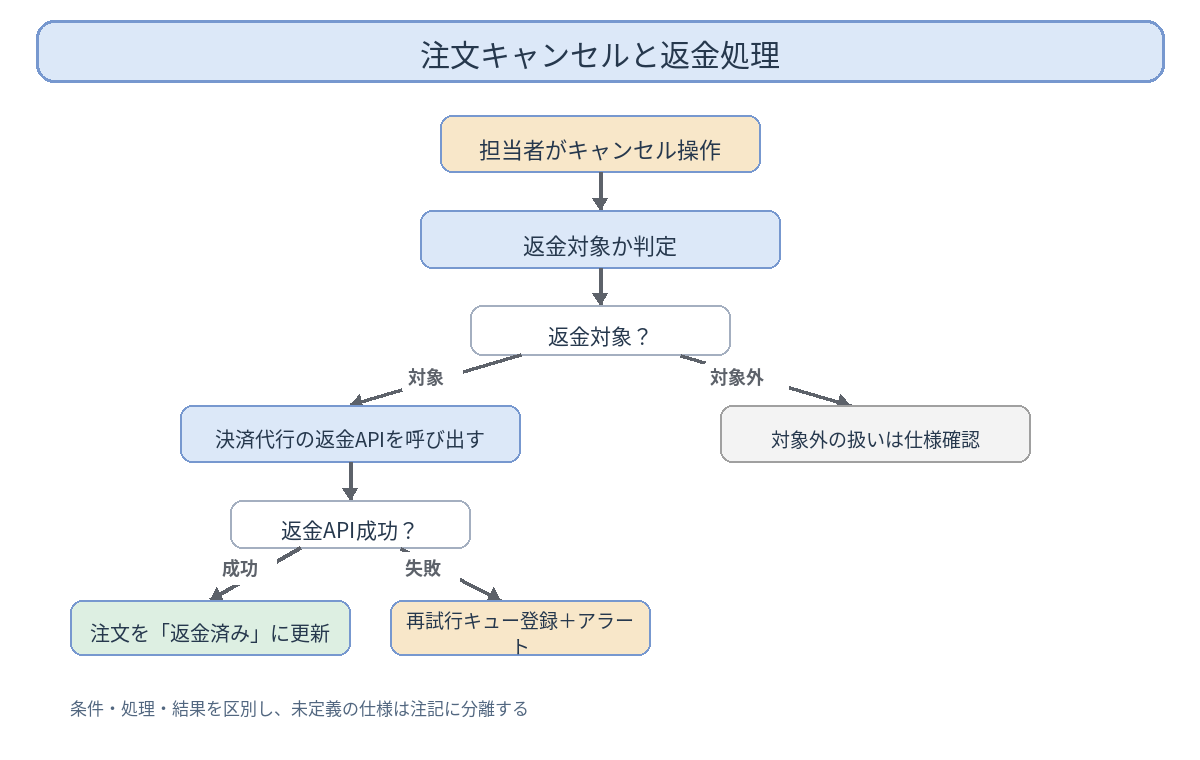
Earlier version of the draw.io export docs/zukai-drill/data/diagrams/easy-refund-flow_good-diagram.drawio.png (kaku3/workbooks). Source tidied: cells renumbered, new cells last; positions are measured from the earlier drawing's top-left corner, leaving out a move shared by most shapes.
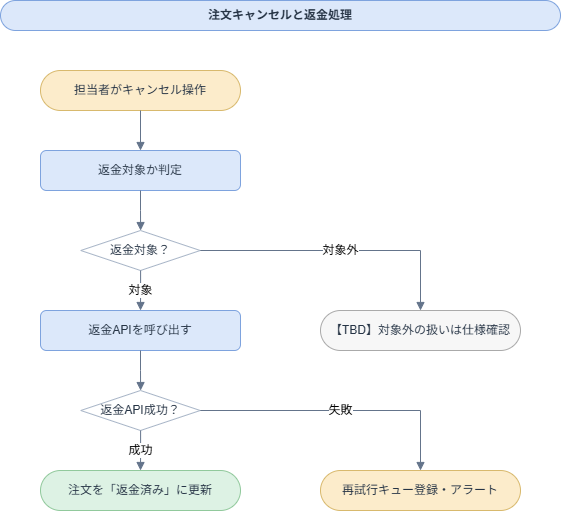
After the change.

Change to the diagram source:
```diff
@@ -2,52 +2,52 @@
   <root>
     <mxCell id="0" />
     <mxCell id="1" parent="0" />
-    <mxCell id="2" value="注文キャンセルと返金処理" style="rounded=1;whiteSpace=wrap;html=1;fillColor=#DCE8F8;strokeColor=#7798CF;fontSize=24;" parent="1" vertex="1">
-      <mxGeometry width="1128" height="62" as="geometry" />
+    <mxCell id="2" value="注文キャンセルと返金処理" style="rounded=1;whiteSpace=wrap;html=1;fillColor=#DCE8FA;strokeColor=#7EA3DE;fontColor=#263445;fontSize=12;fontStyle=1;arcSize=50;" parent="1" vertex="1">
+      <mxGeometry x="4" y="-10" width="560" height="30" as="geometry" />
     </mxCell>
-    <mxCell id="3" value="担当者がキャンセル操作" style="rounded=1;whiteSpace=wrap;html=1;fillColor=#F8E7C9;strokeColor=#7798CF;fontColor=#26384D;fontSize=20;" parent="1" vertex="1">
-      <mxGeometry x="404" y="95" width="320" height="57" as="geometry" />
+    <mxCell id="3" value="担当者がキャンセル操作" style="rounded=1;whiteSpace=wrap;html=1;fillColor=#FCECCB;strokeColor=#D8B96D;fontColor=#263445;fontSize=12;arcSize=50;" parent="1" vertex="1">
+      <mxGeometry x="44" y="60" width="200" height="40" as="geometry" />
     </mxCell>
-    <mxCell id="4" value="返金対象か判定" style="rounded=1;whiteSpace=wrap;html=1;fillColor=#DCE8F8;strokeColor=#7798CF;fontColor=#26384D;fontSize=20;" parent="1" vertex="1">
-      <mxGeometry x="384" y="190" width="360" height="58" as="geometry" />
+    <mxCell id="4" value="返金対象か判定" style="rounded=1;whiteSpace=wrap;html=1;fillColor=#DCE8FA;strokeColor=#7EA3DE;fontColor=#263445;fontSize=12;" parent="1" vertex="1">
+      <mxGeometry x="44" y="140" width="200" height="40" as="geometry" />
     </mxCell>
-    <mxCell id="5" value="返金対象？" style="rounded=1;whiteSpace=wrap;html=1;fillColor=#FFFFFF;strokeColor=#7798CF;fontColor=#26384D;fontSize=20;" parent="1" vertex="1">
-      <mxGeometry x="434" y="285" width="260" height="50" as="geometry" />
+    <mxCell id="5" value="返金対象？" style="rhombus;whiteSpace=wrap;html=1;fillColor=#FFFFFF;strokeColor=#A8B5C7;fontColor=#263445;fontSize=12;" parent="1" vertex="1">
+      <mxGeometry x="84.2" y="220" width="119.5" height="40" as="geometry" />
     </mxCell>
-    <mxCell id="6" value="決済代行の返金APIを呼び出す" style="rounded=1;whiteSpace=wrap;html=1;fillColor=#DCE8F8;strokeColor=#7798CF;fontColor=#26384D;fontSize=20;" parent="1" vertex="1">
-      <mxGeometry x="144" y="385" width="340" height="57" as="geometry" />
-    </mxCell>
-    <mxCell id="7" value="対象外の扱いは仕様確認" style="rounded=1;whiteSpace=wrap;html=1;fillColor=#F3F3F3;strokeColor=#7798CF;fontColor=#26384D;fontSize=20;" parent="1" vertex="1">
-      <mxGeometry x="684" y="385" width="310" height="57" as="geometry" />
-    </mxCell>
+    <mxCell id="18" value="返金APIを呼び出す" style="rounded=1;whiteSpace=wrap;html=1;fillColor=#DCE8FA;strokeColor=#7EA3DE;fontColor=#263445;fontSize=12;" parent="1" vertex="1">
+      <mxGeometry x="44" y="300" width="200" height="40" as="geometry" />
+    </mxCell>
+    <mxCell id="19" value="【TBD】対象外の扱いは仕様確認" style="rounded=1;whiteSpace=wrap;html=1;fillColor=#F7F7F7;strokeColor=#AAAAAA;fontColor=#263445;fontSize=12;arcSize=50;" parent="1" vertex="1">
+      <mxGeometry x="324" y="300" width="200" height="40" as="geometry" />
+    </mxCell>
-    <mxCell id="8" value="返金API成功？" style="rounded=1;whiteSpace=wrap;html=1;fillColor=#FFFFFF;strokeColor=#7798CF;fontColor=#26384D;fontSize=20;" parent="1" vertex="1">
-      <mxGeometry x="194" y="480" width="240" height="48" as="geometry" />
+    <mxCell id="8" value="返金API成功？" style="rhombus;whiteSpace=wrap;html=1;fillColor=#FFFFFF;strokeColor=#A8B5C7;fontColor=#263445;fontSize=12;" parent="1" vertex="1">
+      <mxGeometry x="84.2" y="380" width="119.5" height="40" as="geometry" />
     </mxCell>
-    <mxCell id="9" value="注文を「返金済み」に更新" style="rounded=1;whiteSpace=wrap;html=1;fillColor=#DDEFE2;strokeColor=#7798CF;fontColor=#26384D;fontSize=20;" parent="1" vertex="1">
-      <mxGeometry x="34" y="580" width="280" height="55" as="geometry" />
+    <mxCell id="9" value="注文を「返金済み」に更新" style="rounded=1;whiteSpace=wrap;html=1;fillColor=#DDF2E4;strokeColor=#91C99C;fontColor=#263445;fontSize=12;arcSize=50;" parent="1" vertex="1">
+      <mxGeometry x="44" y="460" width="200" height="40" as="geometry" />
     </mxCell>
-    <mxCell id="10" value="再試行キュー登録＋アラート" style="rounded=1;whiteSpace=wrap;html=1;fillColor=#F8E7C9;strokeColor=#7798CF;fontColor=#26384D;fontSize=20;" parent="1" vertex="1">
-      <mxGeometry x="354" y="580" width="260" height="55" as="geometry" />
-    </mxCell>
+    <mxCell id="20" value="再試行キュー登録・アラート" style="rounded=1;whiteSpace=wrap;html=1;fillColor=#FCECCB;strokeColor=#D8B96D;fontColor=#263445;fontSize=12;arcSize=50;" parent="1" vertex="1">
+      <mxGeometry x="324" y="460" width="200" height="40" as="geometry" />
+    </mxCell>
-    <mxCell id="11" style="edgeStyle=orthogonalEdgeStyle;rounded=0;jettySize=auto;html=1;endArrow=block;endFill=1;strokeColor=#5D626A;fontColor=#26384D;fontSize=16;" parent="1" edge="1" source="3" target="4">
+    <mxCell id="11" style="edgeStyle=orthogonalEdgeStyle;rounded=0;jettySize=auto;html=1;endArrow=block;endFill=1;strokeColor=#64748B;fontSize=12;" parent="1" edge="1" source="3" target="4">
       <mxGeometry relative="1" as="geometry" />
     </mxCell>
-    <mxCell id="12" style="edgeStyle=orthogonalEdgeStyle;rounded=0;jettySize=auto;html=1;endArrow=block;endFill=1;strokeColor=#5D626A;fontColor=#26384D;fontSize=16;" parent="1" edge="1" source="4" target="5">
+    <mxCell id="12" style="edgeStyle=orthogonalEdgeStyle;rounded=0;jettySize=auto;html=1;endArrow=block;endFill=1;strokeColor=#64748B;fontSize=12;exitX=0.5;exitY=1;exitDx=0;exitDy=0;" parent="1" edge="1" source="4" target="5">
       <mxGeometry relative="1" as="geometry" />
     </mxCell>
-    <mxCell id="13" value="対象" style="edgeStyle=orthogonalEdgeStyle;rounded=0;jettySize=auto;html=1;endArrow=block;endFill=1;strokeColor=#5D626A;fontColor=#26384D;fontSize=16;" parent="1" edge="1" source="5" target="6">
+    <mxCell id="13" value="対象" style="edgeStyle=orthogonalEdgeStyle;rounded=0;jettySize=auto;html=1;endArrow=block;endFill=1;strokeColor=#64748B;fontSize=12;" parent="1" edge="1" source="5" target="18">
       <mxGeometry relative="1" as="geometry" />
     </mxCell>
-    <mxCell id="14" value="対象外" style="edgeStyle=orthogonalEdgeStyle;rounded=0;jettySize=auto;html=1;endArrow=block;endFill=1;strokeColor=#5D626A;fontColor=#26384D;fontSize=16;" parent="1" edge="1" source="5" target="7">
+    <mxCell id="14" value="対象外" style="edgeStyle=orthogonalEdgeStyle;rounded=0;jettySize=auto;html=1;endArrow=block;endFill=1;strokeColor=#64748B;fontSize=12;exitX=1;exitY=0.5;exitDx=0;exitDy=0;" parent="1" edge="1" source="5" target="19">
       <mxGeometry relative="1" as="geometry" />
     </mxCell>
-    <mxCell id="15" style="edgeStyle=orthogonalEdgeStyle;rounded=0;jettySize=auto;html=1;endArrow=block;endFill=1;strokeColor=#5D626A;fontColor=#26384D;fontSize=16;" parent="1" edge="1" source="6" target="8">
-      <mxGeometry relative="1" as="geometry" />
-    </mxCell>
+    <mxCell id="21" style="edgeStyle=orthogonalEdgeStyle;rounded=0;jettySize=auto;html=1;endArrow=block;endFill=1;strokeColor=#64748B;fontSize=12;" parent="1" edge="1" source="18" target="8">
+      <mxGeometry relative="1" as="geometry" />
+    </mxCell>
-    <mxCell id="16" value="成功" style="edgeStyle=orthogonalEdgeStyle;rounded=0;jettySize=auto;html=1;endArrow=block;endFill=1;strokeColor=#5D626A;fontColor=#26384D;fontSize=16;" parent="1" edge="1" source="8" target="9">
+    <mxCell id="16" value="成功" style="edgeStyle=orthogonalEdgeStyle;rounded=0;jettySize=auto;html=1;endArrow=block;endFill=1;strokeColor=#64748B;fontSize=12;" parent="1" edge="1" source="8" target="9">
       <mxGeometry relative="1" as="geometry" />
     </mxCell>
-    <mxCell id="17" value="失敗" style="edgeStyle=orthogonalEdgeStyle;rounded=0;jettySize=auto;html=1;endArrow=block;endFill=1;strokeColor=#5D626A;fontColor=#26384D;fontSize=16;" parent="1" edge="1" source="8" target="10">
+    <mxCell id="17" value="失敗" style="edgeStyle=orthogonalEdgeStyle;rounded=0;jettySize=auto;html=1;endArrow=block;endFill=1;strokeColor=#64748B;fontSize=12;" parent="1" edge="1" source="8" target="20">
       <mxGeometry relative="1" as="geometry" />
     </mxCell>
   </root>
```
